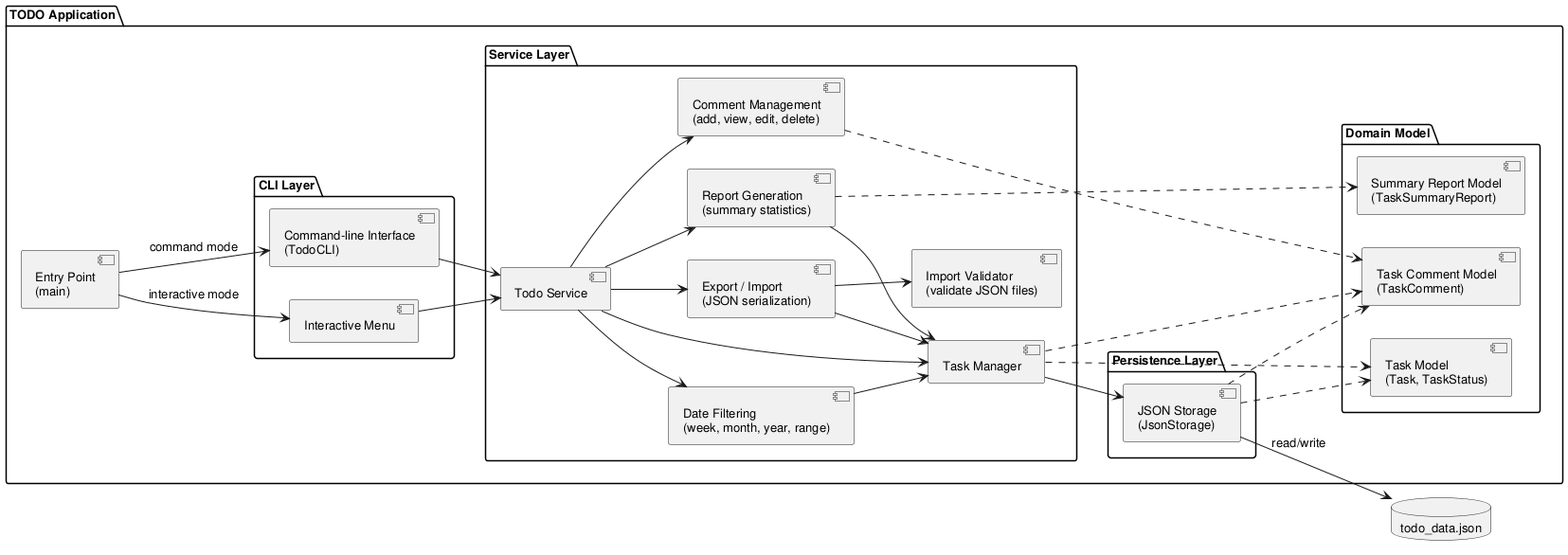
Above: experiments/pipeline/user_stories/TODO/artifacts/component_diagram.png in DanielRiha8906/Software_autoevolution_using_agents (PlantUML), before the change.
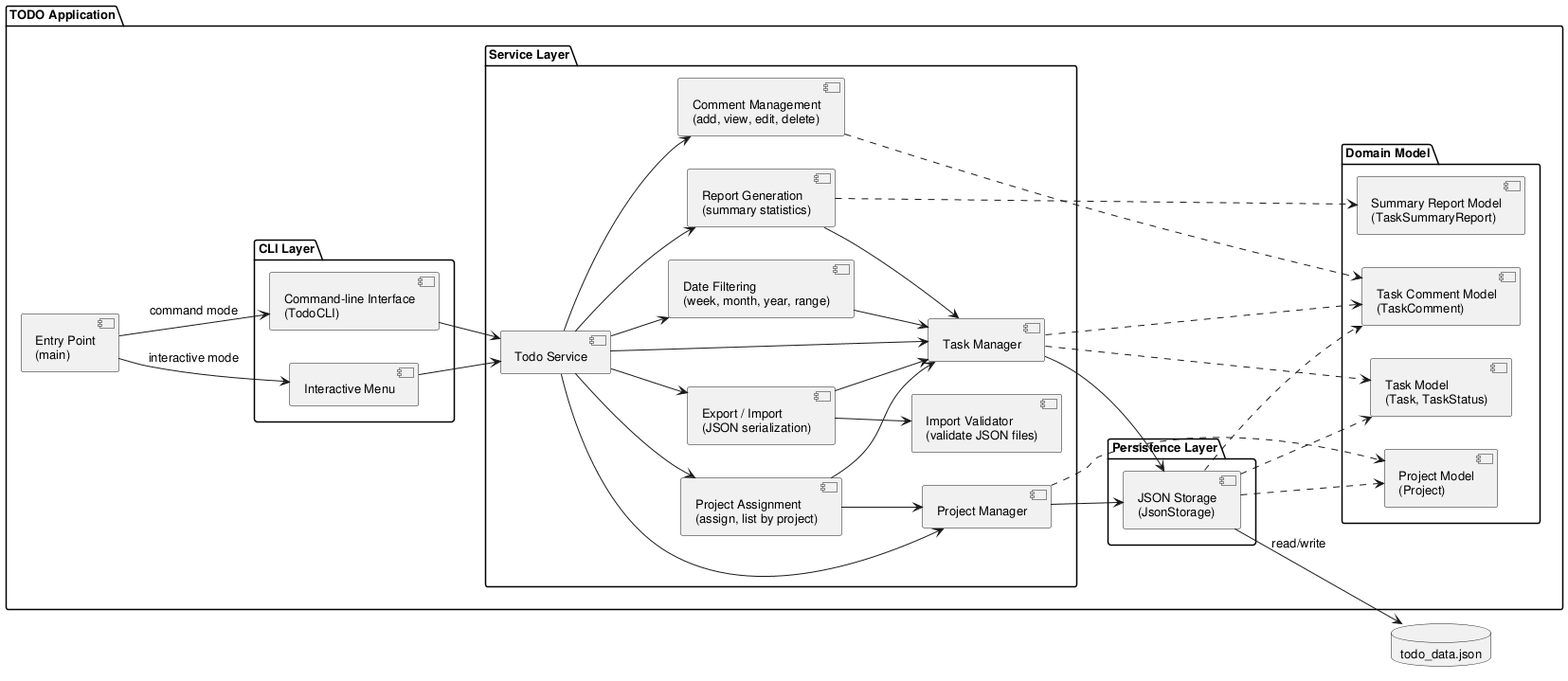
After the change.

Change to the diagram source:
```diff
@@ -17,8 +17,10 @@
     package "Service Layer" {
         component "Todo Service" as SVC
         component "Task Manager" as MGR
+        component "Project Manager" as PMGR
         component "Comment Management\n(add, view, edit, delete)" as CMT
         component "Date Filtering\n(week, month, year, range)" as DateFilter
+        component "Project Assignment\n(assign, list by project)" as ProjectAssign
         component "Report Generation\n(summary statistics)" as Report
         component "Import Validator\n(validate JSON files)" as ImportVal
         component "Export / Import\n(JSON serialization)" as ExportImport
@@ -26,6 +28,7 @@
 
     package "Domain Model" {
         component "Task Model\n(Task, TaskStatus)" as Model
+        component "Project Model\n(Project)" as ProjectModel
         component "Task Comment Model\n(TaskComment)" as CommentModel
         component "Summary Report Model\n(TaskSummaryReport)" as ReportModel
     }
@@ -44,20 +47,27 @@
 CLI --> SVC
 
 SVC --> MGR
+SVC --> PMGR
 SVC --> CMT
 SVC --> DateFilter
+SVC --> ProjectAssign
 SVC --> Report
 SVC --> ExportImport
 ExportImport --> ImportVal
 ExportImport --> MGR
 DateFilter --> MGR
+ProjectAssign --> MGR
+ProjectAssign --> PMGR
 Report --> MGR
 MGR --> Storage
 MGR ..> Model
 MGR ..> CommentModel
+PMGR --> Storage
+PMGR ..> ProjectModel
 CMT ..> CommentModel
 Report ..> ReportModel
 Storage ..> Model
+Storage ..> ProjectModel
 Storage ..> CommentModel
 
 Storage --> DB : read/write
```
